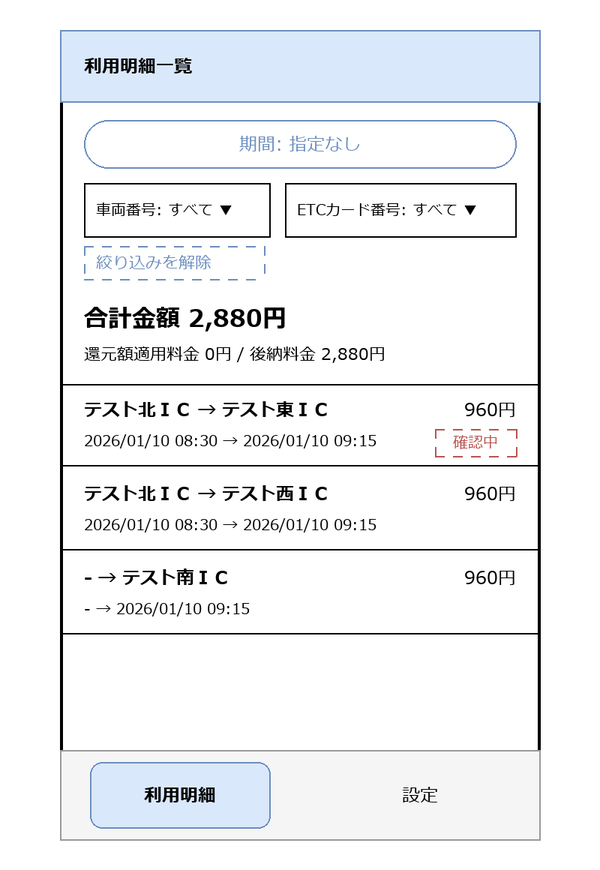
Above: docs/systems/screens/images/SCR-002-statement-list.drawio.png in hnt1028/etc-meisai (draw.io), before the change. Source tidied: cells renumbered, new cells last; positions are measured from the earlier drawing's top-left corner, leaving out a move shared by most shapes.
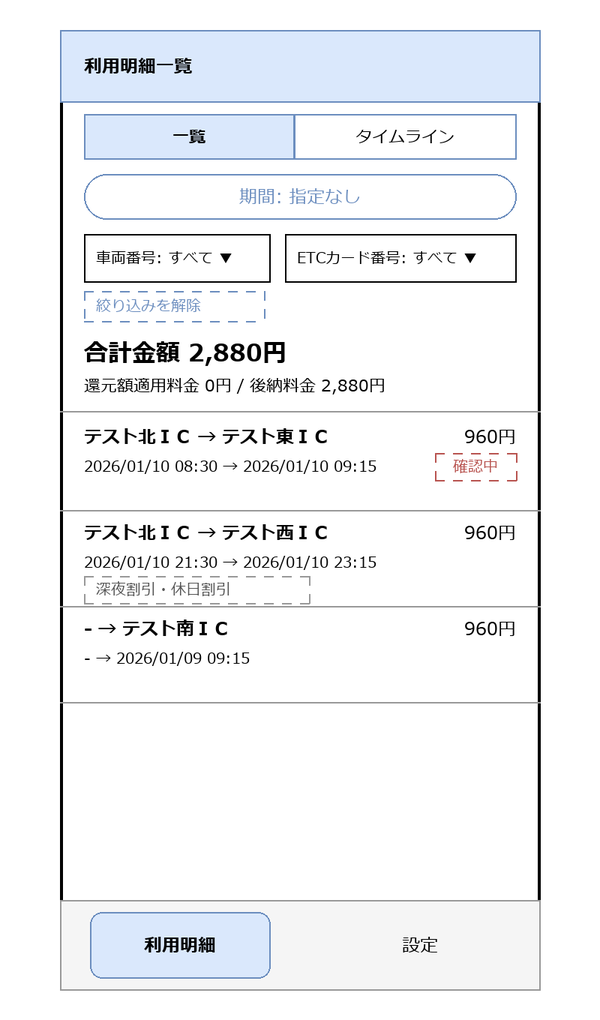
After the commit.

The edit, as a diff of the source:
```diff
@@ -3,91 +3,100 @@
     <mxCell id="0" />
     <mxCell id="1" parent="0" />
     <mxCell id="2" style="rounded=1;whiteSpace=wrap;html=1;arcSize=3;strokeWidth=2;" parent="1" vertex="1">
-      <mxGeometry width="320" height="540" as="geometry" />
+      <mxGeometry width="320" height="640" as="geometry" />
     </mxCell>
     <mxCell id="3" value="利用明細一覧" style="rounded=0;whiteSpace=wrap;html=1;align=left;spacingLeft=16;fontStyle=1;fillColor=#dae8fc;strokeColor=#6c8ebf;" parent="1" vertex="1">
       <mxGeometry width="320" height="48" as="geometry" />
     </mxCell>
-    <mxCell id="4" value="期間: 指定なし" style="rounded=1;whiteSpace=wrap;html=1;arcSize=50;fillColor=none;strokeColor=#6c8ebf;fontColor=#6c8ebf;" parent="1" vertex="1">
-      <mxGeometry x="16" y="60" width="288" height="32" as="geometry" />
+    <mxCell id="4" value="一覧" style="rounded=0;whiteSpace=wrap;html=1;fontSize=11;fillColor=#dae8fc;strokeColor=#6c8ebf;fontStyle=1;" parent="1" vertex="1">
+      <mxGeometry x="16" y="56" width="140" height="30" as="geometry" />
     </mxCell>
-    <mxCell id="5" value="車両番号: すべて ▼" style="rounded=0;whiteSpace=wrap;html=1;align=left;spacingLeft=8;fontSize=11;fillColor=none;fontSize=10;" parent="1" vertex="1">
-      <mxGeometry x="16" y="102" width="124" height="36" as="geometry" />
+    <mxCell id="5" value="タイムライン" style="rounded=0;whiteSpace=wrap;html=1;fontSize=11;fillColor=none;strokeColor=#6c8ebf;" parent="1" vertex="1">
+      <mxGeometry x="156" y="56" width="148" height="30" as="geometry" />
     </mxCell>
-    <mxCell id="6" value="ETCカード番号: すべて ▼" style="rounded=0;whiteSpace=wrap;html=1;align=left;spacingLeft=8;fontSize=11;fillColor=none;fontSize=10;" parent="1" vertex="1">
-      <mxGeometry x="150" y="102" width="154" height="36" as="geometry" />
+    <mxCell id="6" value="期間: 指定なし" style="rounded=1;whiteSpace=wrap;html=1;arcSize=50;fillColor=none;strokeColor=#6c8ebf;fontColor=#6c8ebf;" parent="1" vertex="1">
+      <mxGeometry x="16" y="96" width="288" height="30" as="geometry" />
     </mxCell>
-    <mxCell id="7" value="絞り込みを解除" style="rounded=0;whiteSpace=wrap;html=1;align=left;spacingLeft=8;fontSize=11;dashed=1;fillColor=none;fontColor=#6c8ebf;strokeColor=#6c8ebf;" parent="1" vertex="1">
-      <mxGeometry x="16" y="144" width="120" height="22" as="geometry" />
+    <mxCell id="7" value="車両番号: すべて ▼" style="rounded=0;whiteSpace=wrap;html=1;align=left;spacingLeft=8;fontSize=10;fillColor=none;" parent="1" vertex="1">
+      <mxGeometry x="16" y="136" width="124" height="32" as="geometry" />
     </mxCell>
-    <mxCell id="8" value="合計金額 2,880円" style="text;html=1;align=left;verticalAlign=middle;fontStyle=1;fontSize=16;" parent="1" vertex="1">
-      <mxGeometry x="16" y="178" width="288" height="28" as="geometry" />
+    <mxCell id="8" value="ETCカード番号: すべて ▼" style="rounded=0;whiteSpace=wrap;html=1;align=left;spacingLeft=8;fontSize=10;fillColor=none;" parent="1" vertex="1">
+      <mxGeometry x="150" y="136" width="154" height="32" as="geometry" />
     </mxCell>
-    <mxCell id="9" value="還元額適用料金 0円 / 後納料金 2,880円" style="text;html=1;align=left;verticalAlign=middle;fontSize=11;" parent="1" vertex="1">
-      <mxGeometry x="16" y="206" width="288" height="20" as="geometry" />
+    <mxCell id="9" value="絞り込みを解除" style="rounded=0;whiteSpace=wrap;html=1;align=left;spacingLeft=8;fontSize=10;fillColor=none;dashed=1;fontColor=#6c8ebf;strokeColor=#6c8ebf;" parent="1" vertex="1">
+      <mxGeometry x="16" y="174" width="120" height="20" as="geometry" />
     </mxCell>
-    <mxCell id="10" style="endArrow=none;html=1;strokeColor=#999999;" parent="1" edge="1">
-      <mxGeometry relative="1" as="geometry">
-        <mxPoint y="236" as="sourcePoint" />
-        <mxPoint x="320" y="236" as="targetPoint" />
-      </mxGeometry>
+    <mxCell id="10" value="合計金額 2,880円" style="text;html=1;align=left;verticalAlign=middle;fontStyle=1;fontSize=16;" parent="1" vertex="1">
+      <mxGeometry x="16" y="202" width="288" height="26" as="geometry" />
     </mxCell>
-    <mxCell id="11" value="テスト北ＩＣ → テスト東ＩＣ" style="text;html=1;align=left;verticalAlign=middle;fontStyle=1;fontSize=12;" parent="1" vertex="1">
-      <mxGeometry x="16" y="242" width="220" height="22" as="geometry" />
+    <mxCell id="11" value="還元額適用料金 0円 / 後納料金 2,880円" style="text;html=1;align=left;verticalAlign=middle;fontSize=11;" parent="1" vertex="1">
+      <mxGeometry x="16" y="228" width="288" height="18" as="geometry" />
     </mxCell>
-    <mxCell id="12" value="2026/01/10 08:30 → 2026/01/10 09:15" style="text;html=1;align=left;verticalAlign=middle;fontSize=10;" parent="1" vertex="1">
-      <mxGeometry x="16" y="264" width="230" height="20" as="geometry" />
+    <mxCell id="12" style="endArrow=none;html=1;strokeColor=#999999;" parent="1" edge="1">
+      <mxGeometry relative="1" as="geometry">
+        <mxPoint y="254" as="sourcePoint" />
+        <mxPoint x="320" y="254" as="targetPoint" />
+      </mxGeometry>
     </mxCell>
-    <mxCell id="13" value="960円" style="text;html=1;align=right;verticalAlign=middle;fontSize=12;" parent="1" vertex="1">
-      <mxGeometry x="236" y="242" width="68" height="22" as="geometry" />
+    <mxCell id="13" value="テスト北ＩＣ → テスト東ＩＣ" style="text;html=1;align=left;verticalAlign=middle;fontStyle=1;fontSize=12;" parent="1" vertex="1">
+      <mxGeometry x="16" y="260" width="220" height="22" as="geometry" />
     </mxCell>
-    <mxCell id="14" value="確認中" style="rounded=0;whiteSpace=wrap;html=1;fontSize=10;fontColor=#b85450;strokeColor=#b85450;dashed=1;fillColor=none;" parent="1" vertex="1">
-      <mxGeometry x="250" y="266" width="54" height="18" as="geometry" />
+    <mxCell id="14" value="2026/01/10 08:30 → 2026/01/10 09:15" style="text;html=1;align=left;verticalAlign=middle;fontSize=10;" parent="1" vertex="1">
+      <mxGeometry x="16" y="282" width="230" height="18" as="geometry" />
     </mxCell>
-    <mxCell id="15" style="endArrow=none;html=1;strokeColor=#999999;" parent="1" edge="1">
-      <mxGeometry relative="1" as="geometry">
-        <mxPoint y="290" as="sourcePoint" />
-        <mxPoint x="320" y="290" as="targetPoint" />
-      </mxGeometry>
+    <mxCell id="15" value="960円" style="text;html=1;align=right;verticalAlign=middle;fontSize=12;" parent="1" vertex="1">
+      <mxGeometry x="236" y="260" width="68" height="22" as="geometry" />
     </mxCell>
-    <mxCell id="16" value="テスト北ＩＣ → テスト西ＩＣ" style="text;html=1;align=left;verticalAlign=middle;fontStyle=1;fontSize=12;" parent="1" vertex="1">
-      <mxGeometry x="16" y="298" width="220" height="22" as="geometry" />
+    <mxCell id="16" value="確認中" style="rounded=0;whiteSpace=wrap;html=1;fontSize=10;fontColor=#b85450;strokeColor=#b85450;dashed=1;fillColor=none;" parent="1" vertex="1">
+      <mxGeometry x="250" y="282" width="54" height="18" as="geometry" />
     </mxCell>
-    <mxCell id="17" value="2026/01/10 08:30 → 2026/01/10 09:15" style="text;html=1;align=left;verticalAlign=middle;fontSize=10;" parent="1" vertex="1">
-      <mxGeometry x="16" y="320" width="230" height="20" as="geometry" />
+    <mxCell id="17" style="endArrow=none;html=1;strokeColor=#999999;" parent="1" edge="1">
+      <mxGeometry relative="1" as="geometry">
+        <mxPoint y="320" as="sourcePoint" />
+        <mxPoint x="320" y="320" as="targetPoint" />
+      </mxGeometry>
     </mxCell>
-    <mxCell id="18" value="960円" style="text;html=1;align=right;verticalAlign=middle;fontSize=12;" parent="1" vertex="1">
-      <mxGeometry x="236" y="298" width="68" height="22" as="geometry" />
+    <mxCell id="18" value="テスト北ＩＣ → テスト西ＩＣ" style="text;html=1;align=left;verticalAlign=middle;fontStyle=1;fontSize=12;" parent="1" vertex="1">
+      <mxGeometry x="16" y="324" width="220" height="22" as="geometry" />
     </mxCell>
-    <mxCell id="19" style="endArrow=none;html=1;strokeColor=#999999;" parent="1" edge="1">
-      <mxGeometry relative="1" as="geometry">
-        <mxPoint y="346" as="sourcePoint" />
-        <mxPoint x="320" y="346" as="targetPoint" />
-      </mxGeometry>
+    <mxCell id="19" value="2026/01/10 21:30 → 2026/01/10 23:15" style="text;html=1;align=left;verticalAlign=middle;fontSize=10;" parent="1" vertex="1">
+      <mxGeometry x="16" y="346" width="230" height="18" as="geometry" />
     </mxCell>
-    <mxCell id="20" value="- → テスト南ＩＣ" style="text;html=1;align=left;verticalAlign=middle;fontStyle=1;fontSize=12;" parent="1" vertex="1">
-      <mxGeometry x="16" y="354" width="220" height="22" as="geometry" />
+    <mxCell id="20" value="960円" style="text;html=1;align=right;verticalAlign=middle;fontSize=12;" parent="1" vertex="1">
+      <mxGeometry x="236" y="324" width="68" height="22" as="geometry" />
     </mxCell>
-    <mxCell id="21" value="- → 2026/01/10 09:15" style="text;html=1;align=left;verticalAlign=middle;fontSize=10;" parent="1" vertex="1">
-      <mxGeometry x="16" y="376" width="230" height="20" as="geometry" />
+    <mxCell id="21" value="深夜割引・休日割引" style="rounded=0;whiteSpace=wrap;html=1;align=left;spacingLeft=8;fontSize=10;fillColor=none;dashed=1;fontColor=#555555;strokeColor=#999999;" parent="1" vertex="1">
+      <mxGeometry x="16" y="364" width="150" height="18" as="geometry" />
     </mxCell>
-    <mxCell id="22" value="960円" style="text;html=1;align=right;verticalAlign=middle;fontSize=12;" parent="1" vertex="1">
-      <mxGeometry x="236" y="354" width="68" height="22" as="geometry" />
+    <mxCell id="22" style="endArrow=none;html=1;strokeColor=#999999;" parent="1" edge="1">
+      <mxGeometry relative="1" as="geometry">
+        <mxPoint y="384" as="sourcePoint" />
+        <mxPoint x="320" y="384" as="targetPoint" />
+      </mxGeometry>
     </mxCell>
-    <mxCell id="23" style="endArrow=none;html=1;strokeColor=#999999;" parent="1" edge="1">
-      <mxGeometry relative="1" as="geometry">
-        <mxPoint y="402" as="sourcePoint" />
-        <mxPoint x="320" y="402" as="targetPoint" />
-      </mxGeometry>
+    <mxCell id="23" value="- → テスト南ＩＣ" style="text;html=1;align=left;verticalAlign=middle;fontStyle=1;fontSize=12;" parent="1" vertex="1">
+      <mxGeometry x="16" y="388" width="220" height="22" as="geometry" />
     </mxCell>
-    <mxCell id="24" style="rounded=0;whiteSpace=wrap;html=1;fillColor=#f5f5f5;strokeColor=#999999;" parent="1" vertex="1">
-      <mxGeometry y="480" width="320" height="60" as="geometry" />
+    <mxCell id="24" value="- → 2026/01/09 09:15" style="text;html=1;align=left;verticalAlign=middle;fontSize=10;" parent="1" vertex="1">
+      <mxGeometry x="16" y="410" width="230" height="18" as="geometry" />
     </mxCell>
-    <mxCell id="25" value="利用明細" style="rounded=1;whiteSpace=wrap;html=1;arcSize=40;fillColor=#dae8fc;strokeColor=#6c8ebf;fontStyle=1;" parent="1" vertex="1">
-      <mxGeometry x="20" y="488" width="120" height="44" as="geometry" />
+    <mxCell id="25" value="960円" style="text;html=1;align=right;verticalAlign=middle;fontSize=12;" parent="1" vertex="1">
+      <mxGeometry x="236" y="388" width="68" height="22" as="geometry" />
     </mxCell>
-    <mxCell id="26" value="設定" style="rounded=1;whiteSpace=wrap;html=1;arcSize=40;fillColor=none;strokeColor=#f5f5f5;" parent="1" vertex="1">
-      <mxGeometry x="180" y="488" width="120" height="44" as="geometry" />
+    <mxCell id="26" style="endArrow=none;html=1;strokeColor=#999999;" parent="1" edge="1">
+      <mxGeometry relative="1" as="geometry">
+        <mxPoint y="448" as="sourcePoint" />
+        <mxPoint x="320" y="448" as="targetPoint" />
+      </mxGeometry>
     </mxCell>
+    <mxCell id="27" style="rounded=0;whiteSpace=wrap;html=1;fillColor=#f5f5f5;strokeColor=#999999;" parent="1" vertex="1">
+      <mxGeometry y="580" width="320" height="60" as="geometry" />
+    </mxCell>
+    <mxCell id="28" value="利用明細" style="rounded=1;whiteSpace=wrap;html=1;arcSize=40;fillColor=#dae8fc;strokeColor=#6c8ebf;fontStyle=1;" parent="1" vertex="1">
+      <mxGeometry x="20" y="588" width="120" height="44" as="geometry" />
+    </mxCell>
+    <mxCell id="29" value="設定" style="rounded=1;whiteSpace=wrap;html=1;arcSize=40;fillColor=none;strokeColor=#f5f5f5;" parent="1" vertex="1">
+      <mxGeometry x="180" y="588" width="120" height="44" as="geometry" />
+    </mxCell>
   </root>
 </mxGraphModel>
```
